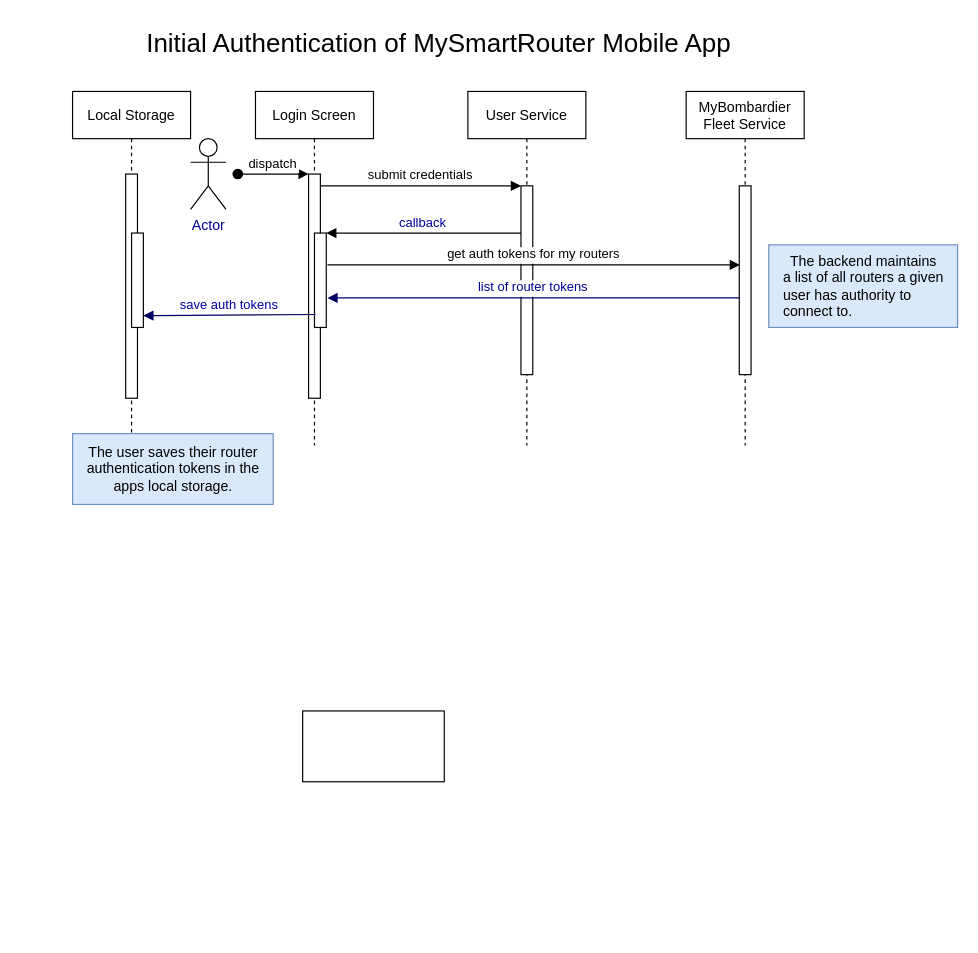
Above: Untitled Diagram.drawio in scrumtuous/world-travels (draw.io), before the change. Source tidied: cells renumbered, new cells numbered last; positions are measured from the earlier drawing's top-left corner, leaving out a move shared by most shapes. Both pictures are drawn from the tidied source at 118%, with x=0, y=0 at pixel (72, 20).
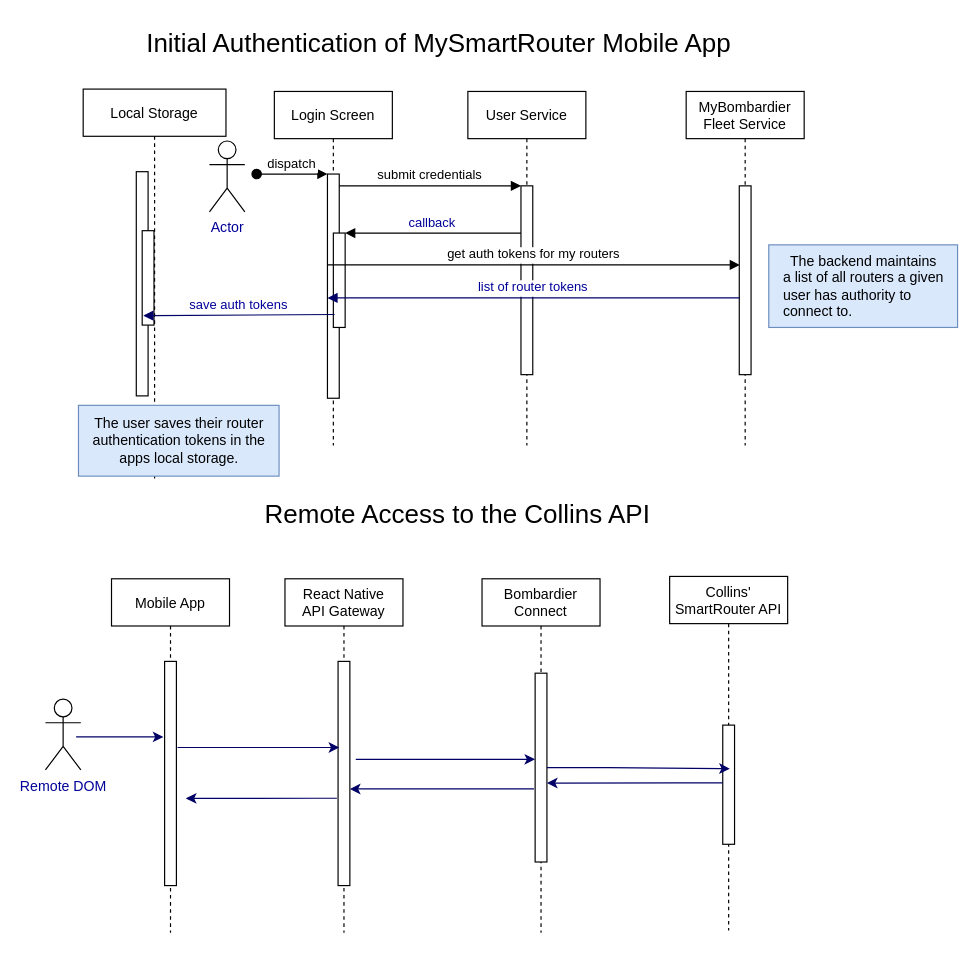
After the change.

Diff of the diagram source:
```diff
@@
     <mxCell id="2" value="Login Screen" style="shape=umlLifeline;perimeter=lifelinePerimeter;rounded=0;shadow=0;strokeWidth=1;" parent="1" vertex="1">
-      <mxGeometry x="155" y="60" width="100" height="300" as="geometry" />
+      <mxGeometry x="171" y="60" width="100" height="300" as="geometry" />
     </mxCell>
@@
     <mxCell id="14" value="Local Storage" style="shape=umlLifeline;perimeter=lifelinePerimeter;rounded=0;shadow=0;strokeWidth=1;" parent="1" vertex="1">
-      <mxGeometry y="60" width="100" height="300" as="geometry" />
+      <mxGeometry x="9" y="58" width="121" height="330" as="geometry" />
     </mxCell>
@@
+    <mxCell id="20" value="The user saves their router&lt;br&gt;authentication tokens in the&lt;br&gt;apps local storage." style="text;html=1;align=center;verticalAlign=middle;strokeColor=#6c8ebf;fillColor=#dae8fc;" parent="14" vertex="1">
+      <mxGeometry x="-4" y="268" width="170" height="60" as="geometry" />
+    </mxCell>
@@
     <mxCell id="18" value="Actor" style="shape=umlActor;verticalLabelPosition=bottom;verticalAlign=top;html=1;fontColor=#000099;" parent="1" vertex="1">
-      <mxGeometry x="100" y="100" width="30" height="60" as="geometry" />
+      <mxGeometry x="116" y="102" width="30" height="60" as="geometry" />
     </mxCell>
@@
-    <mxCell id="20" value="The user saves their router&lt;br&gt;authentication tokens in the&lt;br&gt;apps local storage." style="text;html=1;align=center;verticalAlign=middle;strokeColor=#6c8ebf;fillColor=#dae8fc;" parent="1" vertex="1">
-      <mxGeometry y="350" width="170" height="60" as="geometry" />
-    </mxCell>
@@
-    <mxCell id="22" value="&lt;br&gt;&lt;br&gt;" style="whiteSpace=wrap;html=1;fontSize=22;fontColor=#000000;" parent="1" vertex="1">
-      <mxGeometry x="195" y="585" width="120" height="60" as="geometry" />
-    </mxCell>
+    <mxCell id="23" value="Mobile App" style="shape=umlLifeline;perimeter=lifelinePerimeter;rounded=0;shadow=0;strokeWidth=1;" parent="1" vertex="1">
+      <mxGeometry x="33" y="473" width="100" height="300" as="geometry" />
+    </mxCell>
+    <mxCell id="24" style="perimeter=orthogonalPerimeter;rounded=0;shadow=0;strokeWidth=1;" parent="23" vertex="1">
+      <mxGeometry x="45" y="70" width="10" height="190" as="geometry" />
+    </mxCell>
+    <mxCell id="25" style="edgeStyle=orthogonalEdgeStyle;rounded=0;orthogonalLoop=1;jettySize=auto;html=1;entryX=1;entryY=0.713;entryDx=0;entryDy=0;entryPerimeter=0;strokeColor=#000066;fontSize=22;fontColor=#000000;" parent="23" edge="1">
+      <mxGeometry y="16" relative="1" as="geometry">
+        <mxPoint x="191" y="186" as="sourcePoint" />
+        <mxPoint x="63" y="186.1" as="targetPoint" />
+        <Array as="points">
+          <mxPoint x="173" y="186" />
+          <mxPoint x="173" y="186" />
+        </Array>
+      </mxGeometry>
+    </mxCell>
+    <mxCell id="26" style="edgeStyle=orthogonalEdgeStyle;rounded=0;orthogonalLoop=1;jettySize=auto;html=1;strokeColor=#000066;fontSize=22;fontColor=#000000;" parent="1" edge="1">
+      <mxGeometry relative="1" as="geometry">
+        <mxPoint x="3" y="607" as="sourcePoint" />
+        <mxPoint x="77" y="607" as="targetPoint" />
+      </mxGeometry>
+    </mxCell>
+    <mxCell id="27" value="Remote DOM" style="shape=umlActor;verticalLabelPosition=bottom;verticalAlign=top;html=1;fontColor=#000099;" parent="1" vertex="1">
+      <mxGeometry x="-23" y="575" width="30" height="60" as="geometry" />
+    </mxCell>
+    <mxCell id="28" value="&lt;font style=&quot;font-size: 22px;&quot; color=&quot;#000000&quot;&gt;Remote Access to the Collins API&lt;/font&gt;" style="text;html=1;align=center;verticalAlign=middle;strokeColor=none;fillColor=none;fontColor=#000099;" parent="1" vertex="1">
+      <mxGeometry x="153" y="400" width="345" height="38" as="geometry" />
+    </mxCell>
+    <mxCell id="29" value="Bombardier &#10;Connect" style="shape=umlLifeline;perimeter=lifelinePerimeter;rounded=0;shadow=0;strokeWidth=1;" parent="1" vertex="1">
+      <mxGeometry x="347" y="473" width="100" height="300" as="geometry" />
+    </mxCell>
+    <mxCell id="30" style="points=[];perimeter=orthogonalPerimeter;rounded=0;shadow=0;strokeWidth=1;" parent="29" vertex="1">
+      <mxGeometry x="45" y="80" width="10" height="160" as="geometry" />
+    </mxCell>
+    <mxCell id="31" value="Collins'&#10;SmartRouter API" style="shape=umlLifeline;perimeter=lifelinePerimeter;rounded=0;shadow=0;strokeWidth=1;" parent="1" vertex="1">
+      <mxGeometry x="506" y="471" width="100" height="300" as="geometry" />
+    </mxCell>
+    <mxCell id="32" style="perimeter=orthogonalPerimeter;rounded=0;shadow=0;strokeWidth=1;" parent="31" vertex="1">
+      <mxGeometry x="45" y="126" width="10" height="101" as="geometry" />
+    </mxCell>
+    <mxCell id="33" value="React Native&#10;API Gateway" style="shape=umlLifeline;perimeter=lifelinePerimeter;rounded=0;shadow=0;strokeWidth=1;" parent="1" vertex="1">
+      <mxGeometry x="180" y="473" width="100" height="300" as="geometry" />
+    </mxCell>
+    <mxCell id="34" style="perimeter=orthogonalPerimeter;rounded=0;shadow=0;strokeWidth=1;" parent="33" vertex="1">
+      <mxGeometry x="45" y="70" width="10" height="190" as="geometry" />
+    </mxCell>
+    <mxCell id="35" style="edgeStyle=orthogonalEdgeStyle;rounded=0;orthogonalLoop=1;jettySize=auto;html=1;strokeColor=#000066;fontSize=22;fontColor=#000000;" parent="1" edge="1">
+      <mxGeometry x="-0.05" y="72" relative="1" as="geometry">
+        <mxPoint x="89" y="616" as="sourcePoint" />
+        <mxPoint x="226" y="616" as="targetPoint" />
+      </mxGeometry>
+    </mxCell>
+    <mxCell id="36" style="edgeStyle=orthogonalEdgeStyle;rounded=0;orthogonalLoop=1;jettySize=auto;html=1;strokeColor=#000066;fontSize=22;fontColor=#000000;" parent="1" edge="1">
+      <mxGeometry x="-0.03" y="18" relative="1" as="geometry">
+        <mxPoint x="240" y="626" as="sourcePoint" />
+        <mxPoint x="392" y="626" as="targetPoint" />
+      </mxGeometry>
+    </mxCell>
+    <mxCell id="37" style="edgeStyle=orthogonalEdgeStyle;rounded=0;jettySize=auto;html=1;entryX=0.51;entryY=0.543;entryDx=0;entryDy=0;entryPerimeter=0;strokeColor=#000066;fontSize=22;fontColor=#000000;" parent="1" edge="1" source="30" target="31">
+      <mxGeometry relative="1" as="geometry" />
+    </mxCell>
+    <mxCell id="38" style="edgeStyle=orthogonalEdgeStyle;rounded=0;orthogonalLoop=1;jettySize=auto;html=1;entryX=1;entryY=0.713;entryDx=0;entryDy=0;entryPerimeter=0;strokeColor=#000066;fontSize=22;fontColor=#000000;" parent="1" edge="1">
+      <mxGeometry x="0.01" y="15" relative="1" as="geometry">
+        <mxPoint x="551" y="646" as="sourcePoint" />
+        <mxPoint x="402" y="646.1" as="targetPoint" />
+        <Array as="points">
+          <mxPoint x="512" y="646" />
+          <mxPoint x="512" y="646" />
+        </Array>
+      </mxGeometry>
+    </mxCell>
+    <mxCell id="39" style="edgeStyle=orthogonalEdgeStyle;rounded=0;orthogonalLoop=1;jettySize=auto;html=1;entryX=1;entryY=0.713;entryDx=0;entryDy=0;entryPerimeter=0;strokeColor=#000066;fontSize=22;fontColor=#000000;" parent="1" edge="1">
+      <mxGeometry x="0.02" y="14" relative="1" as="geometry">
+        <mxPoint x="391" y="651" as="sourcePoint" />
+        <mxPoint x="235" y="651.1" as="targetPoint" />
+        <Array as="points">
+          <mxPoint x="345" y="651" />
+          <mxPoint x="345" y="651" />
+        </Array>
+      </mxGeometry>
+    </mxCell>
```
